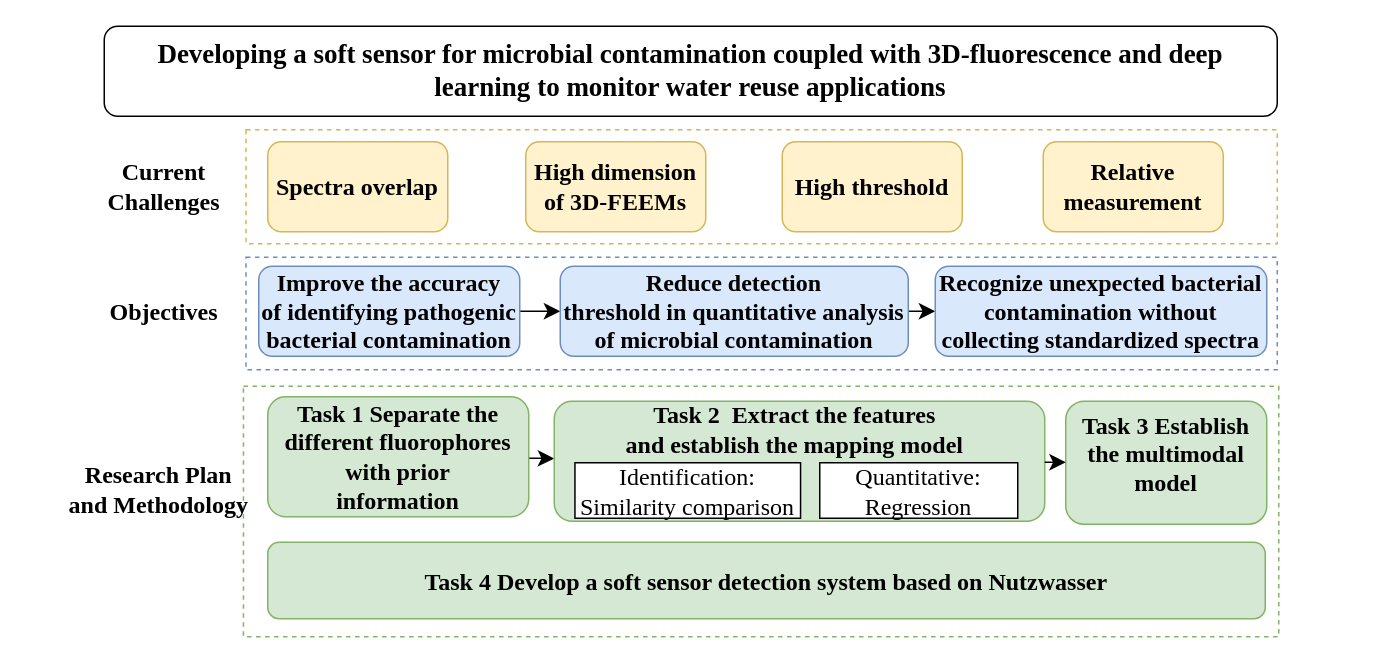
chbambooshoot/digram keeps this draw.io diagram as hb_new.drawio. Above is the earlier version. Source tidied: cells renumbered, new cells numbered last; positions are measured from the earlier drawing's top-left corner, leaving out a move shared by most shapes. Both pictures are drawn from the tidied source at 150%, with x=0, y=0 at pixel (26, 26).
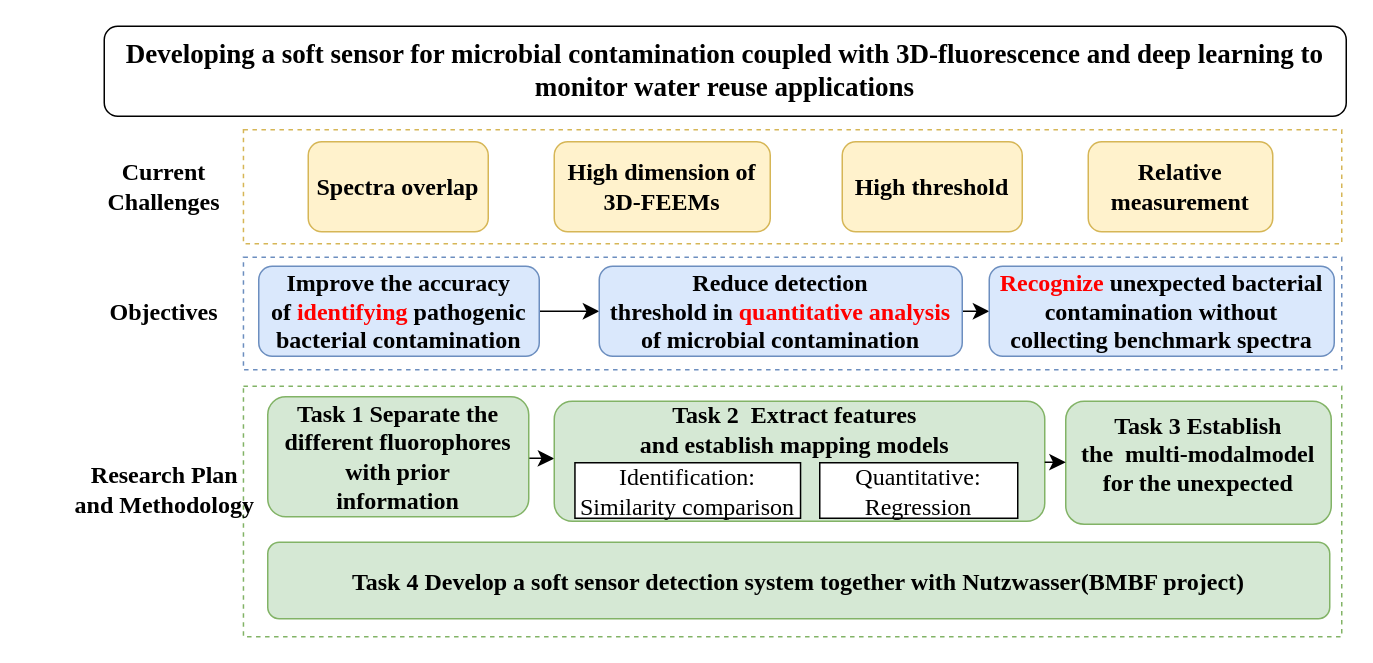
After the change.

Unchanged cells that the change refers to:
```xml
<mxCell id="21" style="group;fontStyle=1;" parent="1" vertex="1">
  <mxGeometry x="352" y="250" width="354" height="80" as="geometry" />
</mxCell>
```

Diff of the diagram source:
```diff
@@
     <mxCell id="2" style="rounded=0;whiteSpace=wrap;html=1;fontSize=16;fillStyle=zigzag-line;fillColor=none;dashed=1;strokeColor=#D6B656;strokeWidth=1;fontStyle=1;" parent="1" vertex="1">
-      <mxGeometry x="146.5" y="69" width="687.5" height="76" as="geometry" />
+      <mxGeometry x="144.8" y="69" width="732.2" height="76" as="geometry" />
     </mxCell>
     <mxCell id="3" style="rounded=0;whiteSpace=wrap;html=1;fontSize=16;fillStyle=zigzag-line;fillColor=none;dashed=1;strokeColor=#6C8EBF;strokeWidth=1;fontFamily=Times New Roman;fontStyle=1;" parent="1" vertex="1">
-      <mxGeometry x="146.5" y="154" width="687.5" height="75" as="geometry" />
+      <mxGeometry x="144.8" y="154" width="732.2" height="75" as="geometry" />
     </mxCell>
     <mxCell id="4" style="rounded=0;whiteSpace=wrap;html=1;fontSize=16;fillStyle=zigzag-line;fillColor=none;dashed=1;strokeColor=#82B366;strokeWidth=1;fontFamily=Times New Roman;fontStyle=1;" parent="1" vertex="1">
-      <mxGeometry x="144.8" y="240" width="690.2" height="167" as="geometry" />
+      <mxGeometry x="144.8" y="240" width="732.2" height="167" as="geometry" />
     </mxCell>
     <mxCell id="5" value="Relative measurement" style="rounded=1;whiteSpace=wrap;html=1;fontSize=16;fillColor=#fff2cc;strokeColor=#d6b656;fontFamily=Times New Roman;fontStyle=1;" parent="1" vertex="1">
-      <mxGeometry x="678" y="77" width="120" height="60" as="geometry" />
+      <mxGeometry x="708" y="77" width="123" height="60" as="geometry" />
     </mxCell>
@@
     <mxCell id="8" value="Research&amp;nbsp;Plan &lt;br&gt;and Methodology" style="text;html=1;strokeColor=none;fillColor=none;align=center;verticalAlign=middle;whiteSpace=wrap;rounded=0;fontSize=16;fontStyle=1;fontFamily=Times New Roman;" parent="1" vertex="1">
-      <mxGeometry y="294" width="177" height="30" as="geometry" />
+      <mxGeometry x="19.8" y="294" width="144.5" height="30" as="geometry" />
     </mxCell>
     <mxCell id="9" value="Spectra overlap" style="rounded=1;whiteSpace=wrap;html=1;fontSize=16;fillColor=#fff2cc;strokeColor=#d6b656;fontFamily=Times New Roman;fontStyle=1;" parent="1" vertex="1">
-      <mxGeometry x="161" y="77" width="120" height="60" as="geometry" />
+      <mxGeometry x="188" y="77" width="120" height="60" as="geometry" />
     </mxCell>
     <mxCell id="10" value="High dimension of 3D-FEEMs" style="rounded=1;whiteSpace=wrap;html=1;fontSize=16;fillColor=#fff2cc;strokeColor=#d6b656;fontFamily=Times New Roman;fontStyle=1;" parent="1" vertex="1">
-      <mxGeometry x="333" y="77" width="120" height="60" as="geometry" />
+      <mxGeometry x="352" y="77" width="144" height="60" as="geometry" />
     </mxCell>
     <mxCell id="11" value="High threshold" style="rounded=1;whiteSpace=wrap;html=1;fontSize=16;fillColor=#fff2cc;strokeColor=#d6b656;fontFamily=Times New Roman;fontStyle=1;" parent="1" vertex="1">
-      <mxGeometry x="504" y="77" width="120" height="60" as="geometry" />
+      <mxGeometry x="544" y="77" width="120" height="60" as="geometry" />
     </mxCell>
@@
-    <mxCell id="13" value="&lt;a name=&quot;_Hlk170631194&quot;&gt;&lt;span style=&quot;font-size:12.0pt;font-family:&amp;quot;Times New Roman&amp;quot;,serif;mso-fareast-font-family:&lt;br/&gt;等线;mso-fareast-theme-font:minor-fareast;mso-font-kerning:1.0pt;mso-ansi-language:&lt;br/&gt;EN-US;mso-fareast-language:ZH-CN;mso-bidi-language:AR-SA&quot; lang=&quot;EN-US&quot;&gt;Improve the accuracy&lt;br/&gt;of identifying pathogenic bacterial contamination&lt;/span&gt;&lt;/a&gt;" style="rounded=1;whiteSpace=wrap;html=1;fontSize=16;fillColor=#dae8fc;strokeColor=#6c8ebf;fontFamily=Times New Roman;fontStyle=1;" parent="1" vertex="1">
-      <mxGeometry x="155" y="160" width="174" height="60" as="geometry" />
+    <mxCell id="13" value="&lt;a name=&quot;_Hlk170631194&quot;&gt;&lt;span style=&quot;font-size:12.0pt;font-family:&amp;quot;Times New Roman&amp;quot;,serif;mso-fareast-font-family:&lt;br/&gt;等线;mso-fareast-theme-font:minor-fareast;mso-font-kerning:1.0pt;mso-ansi-language:&lt;br/&gt;EN-US;mso-fareast-language:ZH-CN;mso-bidi-language:AR-SA&quot; lang=&quot;EN-US&quot;&gt;Improve the accuracy&lt;br&gt;of &lt;font color=&quot;#ff0000&quot;&gt;identifying&lt;/font&gt; pathogenic bacterial contamination&lt;/span&gt;&lt;/a&gt;" style="rounded=1;whiteSpace=wrap;html=1;fontSize=16;fillColor=#dae8fc;strokeColor=#6c8ebf;fontFamily=Times New Roman;fontStyle=1;" parent="1" vertex="1">
+      <mxGeometry x="155" y="160" width="187" height="60" as="geometry" />
     </mxCell>
@@
-    <mxCell id="15" value="&lt;a name=&quot;_Hlk170631204&quot;&gt;&lt;span style=&quot;font-size:12.0pt;font-family:&amp;quot;Times New Roman&amp;quot;,serif;mso-fareast-font-family:&lt;br/&gt;等线;mso-fareast-theme-font:minor-fareast;mso-font-kerning:1.0pt;mso-ansi-language:&lt;br/&gt;EN-US;mso-fareast-language:ZH-CN;mso-bidi-language:AR-SA&quot; lang=&quot;EN-US&quot;&gt;Reduce detection&lt;br/&gt;threshold in quantitative analysis of microbial contamination&lt;/span&gt;&lt;/a&gt;" style="whiteSpace=wrap;html=1;fontSize=16;rounded=1;fillColor=#dae8fc;strokeColor=#6c8ebf;fontFamily=Times New Roman;fontStyle=1;" parent="1" vertex="1">
-      <mxGeometry x="356" y="160" width="232" height="60" as="geometry" />
+    <mxCell id="15" value="&lt;a name=&quot;_Hlk170631204&quot;&gt;&lt;span style=&quot;font-size:12.0pt;font-family:&amp;quot;Times New Roman&amp;quot;,serif;mso-fareast-font-family:&lt;br/&gt;等线;mso-fareast-theme-font:minor-fareast;mso-font-kerning:1.0pt;mso-ansi-language:&lt;br/&gt;EN-US;mso-fareast-language:ZH-CN;mso-bidi-language:AR-SA&quot; lang=&quot;EN-US&quot;&gt;Reduce detection&lt;br&gt;threshold in &lt;font color=&quot;#ff0000&quot;&gt;quantitative analysis&lt;/font&gt; of microbial contamination&lt;/span&gt;&lt;/a&gt;" style="whiteSpace=wrap;html=1;fontSize=16;rounded=1;fillColor=#dae8fc;strokeColor=#6c8ebf;fontFamily=Times New Roman;fontStyle=1;" parent="1" vertex="1">
+      <mxGeometry x="382" y="160" width="242" height="60" as="geometry" />
     </mxCell>
-    <mxCell id="16" value="&lt;a name=&quot;_Hlk170631226&quot;&gt;&lt;span style=&quot;font-size:12.0pt;font-family:&amp;quot;Times New Roman&amp;quot;,serif;mso-fareast-font-family:&lt;br/&gt;等线;mso-fareast-theme-font:minor-fareast;mso-font-kerning:1.0pt;mso-ansi-language:&lt;br/&gt;EN-US;mso-fareast-language:ZH-CN;mso-bidi-language:AR-SA&quot; lang=&quot;EN-US&quot;&gt;Recognize unexpected bacterial&lt;br/&gt;contamination without collecting standardized spectra&lt;/span&gt;&lt;/a&gt;" style="whiteSpace=wrap;html=1;fontSize=16;rounded=1;fillColor=#dae8fc;strokeColor=#6c8ebf;fontFamily=Times New Roman;fontStyle=1;" parent="1" vertex="1">
-      <mxGeometry x="606" y="160" width="221" height="60" as="geometry" />
+    <mxCell id="16" value="&lt;a name=&quot;_Hlk170631226&quot;&gt;&lt;span style=&quot;font-size:12.0pt;font-family:&amp;quot;Times New Roman&amp;quot;,serif;mso-fareast-font-family:&lt;br/&gt;等线;mso-fareast-theme-font:minor-fareast;mso-font-kerning:1.0pt;mso-ansi-language:&lt;br/&gt;EN-US;mso-fareast-language:ZH-CN;mso-bidi-language:AR-SA&quot; lang=&quot;EN-US&quot;&gt;&lt;font color=&quot;#ff0000&quot;&gt;Recognize&lt;/font&gt; unexpected bacterial&lt;br&gt;contamination without collecting&amp;nbsp;&lt;span class=&quot;PARAIndentChar&quot;&gt;&lt;span style=&quot;font-size:12.0pt;mso-bidi-font-family:&amp;quot;Times New Roman&amp;quot;;mso-font-kerning:&lt;br/&gt;1.0pt;mso-ansi-language:EN-US;mso-fareast-language:ZH-CN;mso-bidi-language:&lt;br/&gt;AR-SA&quot; lang=&quot;EN-US&quot;&gt;benchmark&lt;/span&gt;&lt;/span&gt;&lt;span class=&quot;PARAIndentChar&quot;&gt;&lt;span style=&quot;font-size:12.0pt;mso-bidi-font-family:&amp;quot;Times New Roman&amp;quot;;mso-font-kerning:&lt;br/&gt;1.0pt;mso-ansi-language:EN-US;mso-bidi-language:AR-SA&quot; lang=&quot;EN-US&quot;&gt;&amp;nbsp;&lt;/span&gt;&lt;/span&gt;spectra&lt;/span&gt;&lt;/a&gt;" style="whiteSpace=wrap;html=1;fontSize=16;rounded=1;fillColor=#dae8fc;strokeColor=#6c8ebf;fontFamily=Times New Roman;fontStyle=1;" parent="1" vertex="1">
+      <mxGeometry x="642" y="160" width="230" height="60" as="geometry" />
     </mxCell>
@@
-    <mxCell id="19" value="&lt;span&gt;Task 4&amp;nbsp;&lt;/span&gt;&lt;span style=&quot;font-size:12.0pt;font-family:&lt;br/&gt;&amp;quot;Times New Roman&amp;quot;,serif;mso-fareast-font-family:等线;mso-fareast-theme-font:minor-fareast;&lt;br/&gt;mso-font-kerning:1.0pt;mso-ansi-language:EN-US;mso-fareast-language:ZH-CN;&lt;br/&gt;mso-bidi-language:AR-SA&quot; lang=&quot;EN-US&quot;&gt;Develop a soft sensor detection system based on Nutzwasser&lt;/span&gt;" style="rounded=1;whiteSpace=wrap;html=1;fontSize=16;fillColor=#d5e8d4;strokeColor=#82b366;fontFamily=Times New Roman;fontStyle=1;" parent="1" vertex="1">
-      <mxGeometry x="161" y="344" width="665" height="51" as="geometry" />
+    <mxCell id="19" value="&lt;span&gt;Task 4&amp;nbsp;&lt;/span&gt;&lt;span style=&quot;font-size:12.0pt;font-family:&lt;br/&gt;&amp;quot;Times New Roman&amp;quot;,serif;mso-fareast-font-family:等线;mso-fareast-theme-font:minor-fareast;&lt;br/&gt;mso-font-kerning:1.0pt;mso-ansi-language:EN-US;mso-fareast-language:ZH-CN;&lt;br/&gt;mso-bidi-language:AR-SA&quot; lang=&quot;EN-US&quot;&gt;Develop a soft sensor detection system&amp;nbsp;&lt;/span&gt;&lt;span style=&quot;font-size:12.0pt;font-family:&lt;br/&gt;&amp;quot;Times New Roman&amp;quot;,serif;mso-fareast-font-family:等线;mso-fareast-theme-font:minor-fareast;&lt;br/&gt;mso-font-kerning:1.0pt;mso-ansi-language:EN-US;mso-fareast-language:ZH-CN;&lt;br/&gt;mso-bidi-language:AR-SA&quot; lang=&quot;EN-US&quot;&gt;together with Nutzwasser(BMBF project)&lt;/span&gt;" style="rounded=1;whiteSpace=wrap;html=1;fontSize=16;fillColor=#d5e8d4;strokeColor=#82b366;fontFamily=Times New Roman;fontStyle=1;" parent="1" vertex="1">
+      <mxGeometry x="161" y="344" width="708" height="51" as="geometry" />
     </mxCell>
     <mxCell id="20" value="&lt;font face=&quot;Times New Roman&quot; style=&quot;font-size: 18px;&quot;&gt;&lt;a name=&quot;OLE_LINK8&quot; style=&quot;border-color: var(--border-color); text-align: left;&quot;&gt;&lt;span style=&quot;border-color: var(--border-color);&quot;&gt;Developing a soft&amp;nbsp;sensor for microbial contamination coupled with 3D-fluorescence and&amp;nbsp;&lt;/span&gt;&lt;/a&gt;&lt;a name=&quot;OLE_LINK13&quot; style=&quot;border-color: var(--border-color); text-align: left;&quot;&gt;&lt;span style=&quot;border-color: var(--border-color);&quot;&gt;deep learning&lt;/span&gt;&lt;/a&gt;&lt;span style=&quot;border-color: var(--border-color); text-align: left;&quot;&gt;&lt;span style=&quot;border-color: var(--border-color);&quot;&gt;&lt;span lang=&quot;EN-US&quot; style=&quot;border-color: var(--border-color);&quot;&gt;&amp;nbsp;&lt;/span&gt;&lt;/span&gt;&lt;/span&gt;&lt;span style=&quot;border-color: var(--border-color); text-align: left;&quot;&gt;&lt;span lang=&quot;EN-US&quot; style=&quot;border-color: var(--border-color);&quot;&gt;to monitor water&amp;nbsp;reuse applications&lt;/span&gt;&lt;/span&gt;&lt;/font&gt;" style="rounded=1;whiteSpace=wrap;html=1;fontSize=16;fontStyle=1;" parent="1" vertex="1">
-      <mxGeometry x="52" width="782" height="60" as="geometry" />
+      <mxGeometry x="52" width="828" height="60" as="geometry" />
     </mxCell>
@@
-    <mxCell id="23" value="&lt;span style=&quot;border-color: var(--border-color);&quot;&gt;Task 2&amp;nbsp;&lt;/span&gt;&lt;span style=&quot;font-size:12.0pt;font-family:&amp;quot;Times New Roman&amp;quot;,serif;&lt;br/&gt;mso-fareast-font-family:等线;mso-fareast-theme-font:minor-fareast;mso-font-kerning:&lt;br/&gt;1.0pt;mso-ansi-language:EN-US;mso-fareast-language:ZH-CN;mso-bidi-language:&lt;br/&gt;AR-SA&quot;&gt;&amp;nbsp;&lt;span lang=&quot;EN-US&quot;&gt;Extract the features&lt;br&gt;and establish the mapping model&lt;/span&gt;&lt;/span&gt;" style="text;html=1;strokeColor=none;fillColor=none;align=center;verticalAlign=middle;whiteSpace=wrap;rounded=0;fontSize=16;fontFamily=Times New Roman;fontStyle=1;" parent="21" vertex="1">
+    <mxCell id="23" value="&lt;span style=&quot;border-color: var(--border-color);&quot;&gt;Task 2&amp;nbsp;&lt;/span&gt;&lt;span style=&quot;font-size:12.0pt;font-family:&amp;quot;Times New Roman&amp;quot;,serif;&lt;br/&gt;mso-fareast-font-family:等线;mso-fareast-theme-font:minor-fareast;mso-font-kerning:&lt;br/&gt;1.0pt;mso-ansi-language:EN-US;mso-fareast-language:ZH-CN;mso-bidi-language:&lt;br/&gt;AR-SA&quot;&gt;&amp;nbsp;&lt;span lang=&quot;EN-US&quot;&gt;Extract features&lt;br&gt;and establish mapping models&lt;/span&gt;&lt;/span&gt;" style="text;html=1;strokeColor=none;fillColor=none;align=center;verticalAlign=middle;whiteSpace=wrap;rounded=0;fontSize=16;fontFamily=Times New Roman;fontStyle=1;" parent="21" vertex="1">
       <mxGeometry y="4" width="321" height="30" as="geometry" />
     </mxCell>
@@
-    <mxCell id="26" value="&lt;span&gt;Task 3&amp;nbsp;&lt;/span&gt;&lt;span style=&quot;font-size:12.0pt;font-family:&lt;br/&gt;&amp;quot;Times New Roman&amp;quot;,serif;mso-fareast-font-family:等线;mso-fareast-theme-font:minor-fareast;&lt;br/&gt;mso-font-kerning:1.0pt;mso-ansi-language:EN-US;mso-fareast-language:ZH-CN;&lt;br/&gt;mso-bidi-language:AR-SA&quot; lang=&quot;EN-US&quot;&gt;Establish the multimodal model&lt;/span&gt;" style="whiteSpace=wrap;html=1;fontSize=16;fontFamily=Times New Roman;verticalAlign=top;fillColor=#d5e8d4;strokeColor=#82b366;rounded=1;fontStyle=1;" parent="1" vertex="1">
-      <mxGeometry x="693" y="250" width="134" height="82" as="geometry" />
+    <mxCell id="26" value="&lt;span&gt;Task 3&amp;nbsp;&lt;/span&gt;&lt;span style=&quot;font-size:12.0pt;font-family:&lt;br/&gt;&amp;quot;Times New Roman&amp;quot;,serif;mso-fareast-font-family:等线;mso-fareast-theme-font:minor-fareast;&lt;br/&gt;mso-font-kerning:1.0pt;mso-ansi-language:EN-US;mso-fareast-language:ZH-CN;&lt;br/&gt;mso-bidi-language:AR-SA&quot; lang=&quot;EN-US&quot;&gt;Establish the&amp;nbsp;&lt;span style=&quot;font-size:12.0pt;font-family:&amp;quot;Times New Roman&amp;quot;,serif;&lt;br/&gt;mso-fareast-font-family:等线;mso-fareast-theme-font:minor-fareast;mso-font-kerning:&lt;br/&gt;1.0pt;mso-ansi-language:EN-US;mso-fareast-language:ZH-CN;mso-bidi-language:&lt;br/&gt;AR-SA&quot;&gt;&amp;nbsp;&lt;span lang=&quot;EN-US&quot;&gt;multi-modal&lt;/span&gt;&lt;/span&gt;model for the unexpected&lt;/span&gt;" style="whiteSpace=wrap;html=1;fontSize=16;fontFamily=Times New Roman;verticalAlign=top;fillColor=#d5e8d4;strokeColor=#82b366;rounded=1;fontStyle=1;" parent="1" vertex="1">
+      <mxGeometry x="693" y="250" width="177" height="82" as="geometry" />
     </mxCell>
```
